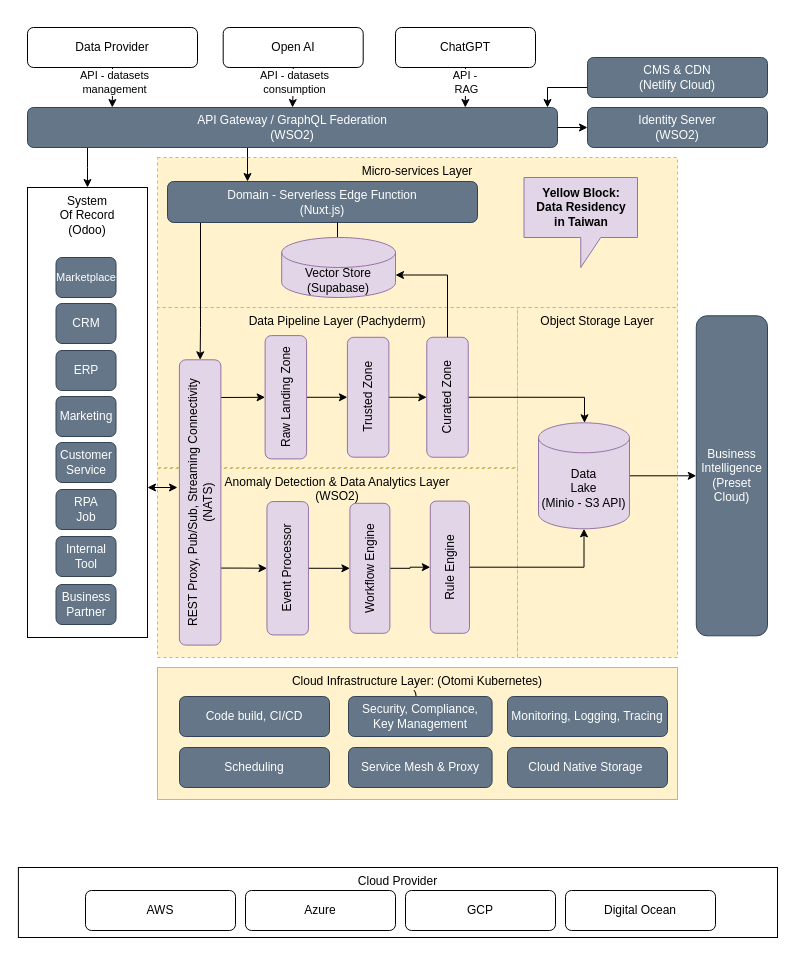
This is master.drawio from man-chi/kata, a draw.io file, before an edit. Source tidied: cells renumbered, new cells numbered last; positions are measured from the earlier drawing's top-left corner, leaving out a move shared by most shapes. Both pictures are drawn from the tidied source at 100%, with x=0, y=0 at pixel (18, 27).
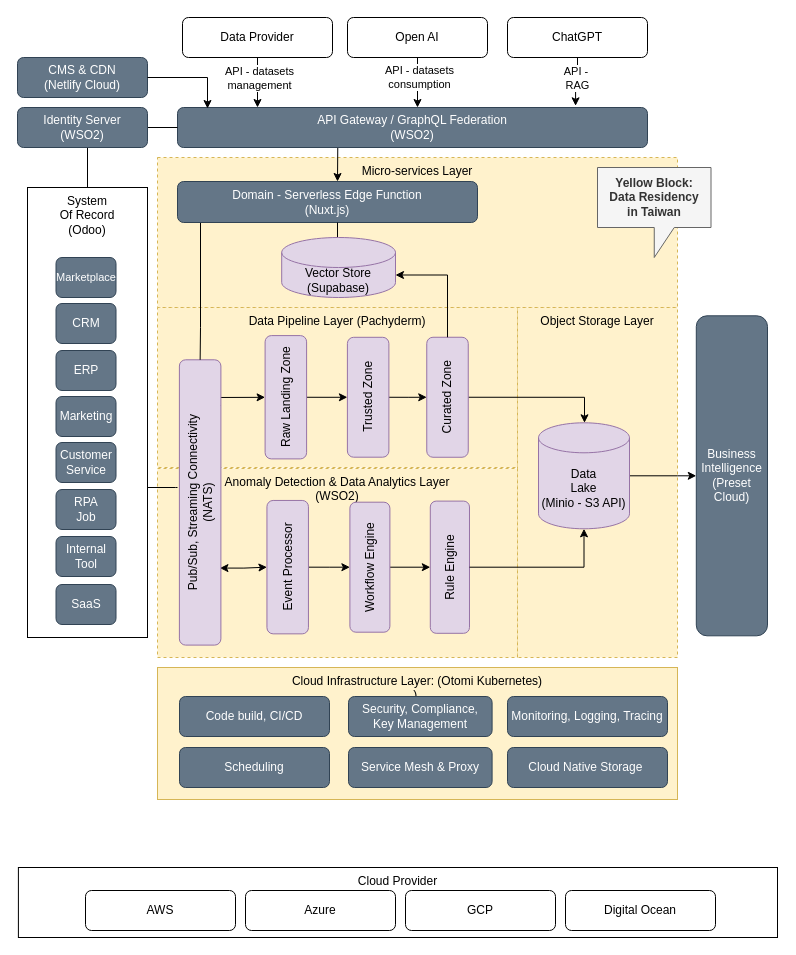
After the change.

The change refers to these unchanged cells:
```xml
<mxCell id="11" value="System&lt;br&gt;Of Record&lt;br&gt;(Odoo)" style="rounded=0;whiteSpace=wrap;html=1;align=center;verticalAlign=top;" parent="1" vertex="1">
  <mxGeometry x="9" y="160" width="120" height="450" as="geometry" />
</mxCell>
```

Change to the diagram source:
```diff
@@
-    <mxCell id="7" style="edgeStyle=orthogonalEdgeStyle;rounded=0;jettySize=auto;html=1;fontColor=#000099;startArrow=none;startFill=0;endArrow=classic;endFill=1;" parent="1" edge="1" source="42" target="10">
-      <mxGeometry relative="1" as="geometry">
-        <Array as="points">
-          <mxPoint x="579" y="60" />
-          <mxPoint x="529" y="60" />
-        </Array>
-      </mxGeometry>
-    </mxCell>
-    <mxCell id="8" style="edgeStyle=orthogonalEdgeStyle;rounded=0;jettySize=auto;html=1;fontColor=#000099;startArrow=none;startFill=0;endArrow=classic;endFill=1;entryX=0.5;entryY=0;entryDx=0;entryDy=0;" parent="1" edge="1" source="10" target="11">
+    <mxCell id="8" style="edgeStyle=orthogonalEdgeStyle;rounded=0;jettySize=auto;html=1;fontColor=#000099;startArrow=none;startFill=0;endArrow=none;endFill=0;entryX=0.5;entryY=0;entryDx=0;entryDy=0;" parent="1" edge="1" source="39" target="11">
       <mxGeometry relative="1" as="geometry">
         <Array as="points">
-          <mxPoint x="69" y="140" />
-          <mxPoint x="69" y="140" />
+          <mxPoint x="69" y="100" />
         </Array>
       </mxGeometry>
     </mxCell>
-    <mxCell id="9" style="edgeStyle=orthogonalEdgeStyle;rounded=0;jettySize=auto;html=1;fontColor=#000099;startArrow=none;startFill=0;endArrow=classic;endFill=1;" parent="1" edge="1" source="10" target="24">
+    <mxCell id="9" style="edgeStyle=orthogonalEdgeStyle;rounded=0;jettySize=auto;html=1;fontColor=#000099;startArrow=none;startFill=0;endArrow=classic;endFill=1;exitX=0.341;exitY=1;exitDx=0;exitDy=0;exitPerimeter=0;" parent="1" edge="1" source="10">
       <mxGeometry relative="1" as="geometry">
-        <Array as="points">
-          <mxPoint x="229" y="130" />
-          <mxPoint x="229" y="130" />
-        </Array>
+        <mxPoint x="319" y="154" as="targetPoint" />
       </mxGeometry>
     </mxCell>
     <mxCell id="10" value="API Gateway / GraphQL Federation&lt;br&gt;(WSO2)" style="rounded=1;whiteSpace=wrap;html=1;fillColor=#647687;strokeColor=#314354;fontColor=#ffffff;" parent="1" vertex="1">
-      <mxGeometry x="9" y="80" width="530" height="40" as="geometry" />
+      <mxGeometry x="159" y="80" width="470" height="40" as="geometry" />
     </mxCell>
@@
-    <mxCell id="19" value="Business&lt;br&gt;Partner" style="rounded=1;whiteSpace=wrap;html=1;fillColor=#647687;strokeColor=#314354;fontColor=#ffffff;" parent="11" vertex="1">
+    <mxCell id="19" value="SaaS" style="rounded=1;whiteSpace=wrap;html=1;fillColor=#647687;strokeColor=#314354;fontColor=#ffffff;" parent="11" vertex="1">
       <mxGeometry x="28.5" y="397" width="60" height="40" as="geometry" />
     </mxCell>
@@
-    <mxCell id="21" style="edgeStyle=orthogonalEdgeStyle;rounded=0;jettySize=auto;html=1;exitX=0.27;exitY=0.977;exitDx=0;exitDy=0;exitPerimeter=0;" parent="1" edge="1" source="22" target="37">
+    <mxCell id="21" style="edgeStyle=orthogonalEdgeStyle;rounded=0;jettySize=auto;html=1;exitX=0.27;exitY=0.977;exitDx=0;exitDy=0;exitPerimeter=0;startArrow=classic;startFill=1;" parent="1" edge="1" source="22" target="37">
       <mxGeometry relative="1" as="geometry" />
     </mxCell>
-    <mxCell id="22" value="REST Proxy, Pub/Sub, Streaming Connectivity &lt;br&gt;(NATS)" style="rounded=1;whiteSpace=wrap;html=1;fillColor=#e1d5e7;strokeColor=#9673a6;rotation=-90;" parent="1" vertex="1">
+    <mxCell id="22" value="Pub/Sub, Streaming Connectivity &lt;br&gt;(NATS)" style="rounded=1;whiteSpace=wrap;html=1;fillColor=#e1d5e7;strokeColor=#9673a6;rotation=-90;" parent="1" vertex="1">
       <mxGeometry x="39" y="454.2" width="285.3" height="41.5" as="geometry" />
     </mxCell>
-    <mxCell id="23" style="edgeStyle=orthogonalEdgeStyle;rounded=0;jettySize=auto;html=1;entryX=1;entryY=0.5;entryDx=0;entryDy=0;" parent="1" edge="1" source="24" target="22">
+    <mxCell id="23" style="edgeStyle=orthogonalEdgeStyle;rounded=0;jettySize=auto;html=1;entryX=1;entryY=0.5;entryDx=0;entryDy=0;startArrow=none;startFill=0;endArrow=none;endFill=0;" parent="1" edge="1" source="24" target="22">
       <mxGeometry relative="1" as="geometry">
         <Array as="points">
           <mxPoint x="182" y="300" />
           <mxPoint x="182" y="300" />
         </Array>
       </mxGeometry>
     </mxCell>
     <mxCell id="24" value="Domain - Serverless Edge Function&lt;br&gt;(Nuxt.js)" style="rounded=1;whiteSpace=wrap;html=1;fillColor=#647687;strokeColor=#314354;fontColor=#ffffff;" parent="1" vertex="1">
-      <mxGeometry x="149" y="154" width="310" height="41" as="geometry" />
+      <mxGeometry x="159" y="154" width="300" height="41" as="geometry" />
     </mxCell>
@@
     <mxCell id="35" value="Workflow Engine" style="rounded=1;whiteSpace=wrap;html=1;fillColor=#e1d5e7;strokeColor=#9673a6;rotation=-90;" parent="1" vertex="1">
-      <mxGeometry x="286.4" y="520.8" width="130" height="40" as="geometry" />
+      <mxGeometry x="286.4" y="519.7" width="130" height="40" as="geometry" />
     </mxCell>
@@
     <mxCell id="37" value="Event Processor" style="rounded=1;whiteSpace=wrap;html=1;fillColor=#e1d5e7;strokeColor=#9673a6;rotation=-90;" parent="1" vertex="1">
-      <mxGeometry x="202.5" y="520" width="133.4" height="41.5" as="geometry" />
+      <mxGeometry x="202.5" y="518.9" width="133.4" height="41.5" as="geometry" />
     </mxCell>
-    <mxCell id="38" style="edgeStyle=orthogonalEdgeStyle;rounded=0;jettySize=auto;html=1;endArrow=none;endFill=0;startArrow=classic;startFill=1;" parent="1" edge="1" source="39" target="10">
+    <mxCell id="38" style="edgeStyle=orthogonalEdgeStyle;rounded=0;jettySize=auto;html=1;endArrow=none;endFill=0;" parent="1" edge="1" source="39" target="10">
       <mxGeometry relative="1" as="geometry" />
     </mxCell>
     <mxCell id="39" value="Identity Server&lt;br&gt;(WSO2)" style="rounded=1;whiteSpace=wrap;html=1;fillColor=#647687;strokeColor=#314354;fontColor=#ffffff;" parent="1" vertex="1">
-      <mxGeometry x="569" y="80" width="180" height="40" as="geometry" />
+      <mxGeometry x="-1" y="80" width="130" height="40" as="geometry" />
     </mxCell>
@@
     <mxCell id="42" value="CMS &amp;amp; CDN&lt;br&gt;(Netlify Cloud)" style="rounded=1;whiteSpace=wrap;html=1;fillColor=#647687;strokeColor=#314354;fontColor=#ffffff;" parent="1" vertex="1">
-      <mxGeometry x="569" y="30" width="180" height="40" as="geometry" />
+      <mxGeometry x="-1" y="30" width="130" height="40" as="geometry" />
     </mxCell>
@@
-    <mxCell id="49" style="edgeStyle=orthogonalEdgeStyle;rounded=0;jettySize=auto;html=1;startArrow=classic;startFill=1;" parent="1" edge="1" source="11">
+    <mxCell id="49" style="edgeStyle=orthogonalEdgeStyle;rounded=0;jettySize=auto;html=1;startArrow=none;startFill=0;endArrow=none;endFill=0;" parent="1" edge="1" source="11">
       <mxGeometry relative="1" as="geometry">
         <mxPoint x="159" y="460" as="targetPoint" />
         <Array as="points">
           <mxPoint x="157" y="460" />
         </Array>
       </mxGeometry>
     </mxCell>
@@
     <mxCell id="60" value="Data Provider" style="rounded=1;whiteSpace=wrap;html=1;" parent="1" vertex="1">
-      <mxGeometry x="9" width="170" height="40" as="geometry" />
+      <mxGeometry x="164" y="-10" width="150" height="40" as="geometry" />
     </mxCell>
-    <mxCell id="61" style="edgeStyle=orthogonalEdgeStyle;rounded=0;jettySize=auto;html=1;" parent="1" edge="1" source="63" target="10">
-      <mxGeometry relative="1" as="geometry" />
+    <mxCell id="61" style="edgeStyle=orthogonalEdgeStyle;rounded=0;jettySize=auto;html=1;" parent="1" edge="1" source="63">
+      <mxGeometry relative="1" as="geometry">
+        <mxPoint x="399" y="80" as="targetPoint" />
+      </mxGeometry>
     </mxCell>
@@
     <mxCell id="63" value="Open AI" style="rounded=1;whiteSpace=wrap;html=1;" parent="1" vertex="1">
-      <mxGeometry x="204.7" width="140" height="40" as="geometry" />
+      <mxGeometry x="329" y="-10" width="140" height="40" as="geometry" />
     </mxCell>
     <mxCell id="64" value="ChatGPT" style="rounded=1;whiteSpace=wrap;html=1;" parent="1" vertex="1">
-      <mxGeometry x="377" width="140" height="40" as="geometry" />
+      <mxGeometry x="489" y="-10" width="140" height="40" as="geometry" />
     </mxCell>
-    <mxCell id="65" style="edgeStyle=orthogonalEdgeStyle;rounded=0;jettySize=auto;html=1;entryX=0.16;entryY=0;entryDx=0;entryDy=0;entryPerimeter=0;" parent="1" edge="1" source="60" target="10">
-      <mxGeometry relative="1" as="geometry" />
+    <mxCell id="65" style="edgeStyle=orthogonalEdgeStyle;rounded=0;jettySize=auto;html=1;" parent="1" edge="1" source="60">
+      <mxGeometry relative="1" as="geometry">
+        <mxPoint x="239" y="80" as="targetPoint" />
+      </mxGeometry>
     </mxCell>
     <mxCell id="66" value="API - datasets&lt;br&gt;management" style="edgeLabel;html=1;align=center;verticalAlign=middle;" parent="65" vertex="1">
       <mxGeometry x="0.05" y="2" relative="1" as="geometry">
-        <mxPoint y="-6" as="offset" />
+        <mxPoint x="-1" y="-6" as="offset" />
       </mxGeometry>
     </mxCell>
-    <mxCell id="67" style="edgeStyle=orthogonalEdgeStyle;rounded=0;jettySize=auto;html=1;entryX=0.826;entryY=0;entryDx=0;entryDy=0;entryPerimeter=0;" parent="1" edge="1" source="64" target="10">
+    <mxCell id="67" style="edgeStyle=orthogonalEdgeStyle;rounded=0;jettySize=auto;html=1;entryX=0.847;entryY=-0.042;entryDx=0;entryDy=0;entryPerimeter=0;" parent="1" edge="1" source="64" target="10">
       <mxGeometry relative="1" as="geometry" />
     </mxCell>
@@
-    <mxCell id="69" value="&lt;b&gt;Yellow Block:&lt;br&gt;&lt;/b&gt;&lt;div&gt;&lt;b&gt;Data Residency&lt;/b&gt;&lt;/div&gt;&lt;b&gt;in Taiwan&lt;/b&gt;" style="shape=callout;whiteSpace=wrap;html=1;perimeter=calloutPerimeter;fillColor=#e1d5e7;strokeColor=#9673a6;" parent="1" vertex="1">
-      <mxGeometry x="505.5" y="150" width="113.5" height="90" as="geometry" />
+    <mxCell id="69" value="&lt;b&gt;Yellow Block:&lt;br&gt;&lt;/b&gt;&lt;div&gt;&lt;b&gt;Data Residency&lt;/b&gt;&lt;/div&gt;&lt;b&gt;in Taiwan&lt;/b&gt;" style="shape=callout;whiteSpace=wrap;html=1;perimeter=calloutPerimeter;fillColor=#f5f5f5;fontColor=#333333;strokeColor=#666666;" parent="1" vertex="1">
+      <mxGeometry x="579" y="140" width="113.5" height="90" as="geometry" />
     </mxCell>
+    <mxCell id="70" style="edgeStyle=orthogonalEdgeStyle;rounded=0;jettySize=auto;html=1;" parent="1" edge="1" source="42">
+      <mxGeometry relative="1" as="geometry">
+        <mxPoint x="189" y="81" as="targetPoint" />
+        <Array as="points">
+          <mxPoint x="189" y="50" />
+          <mxPoint x="189" y="81" />
+        </Array>
+      </mxGeometry>
+    </mxCell>
```
